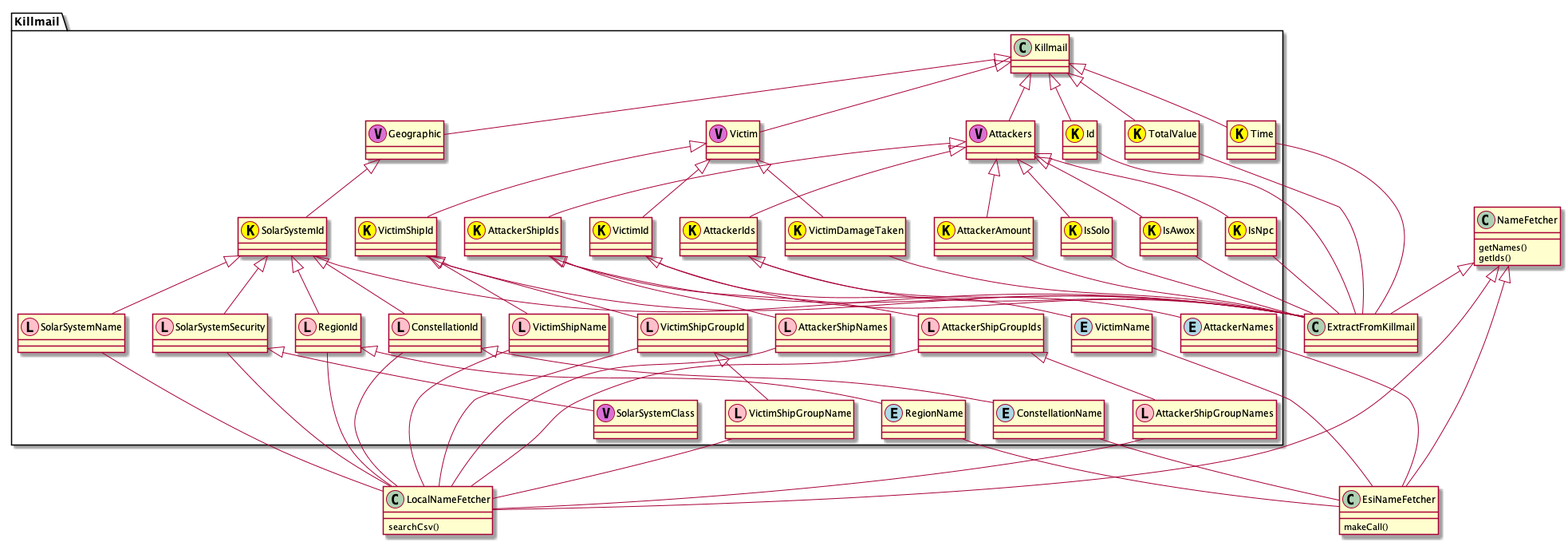
This is ressources/ObjectUML.png from leonahess/zFlux, a PlantUML export, as it was before one commit.
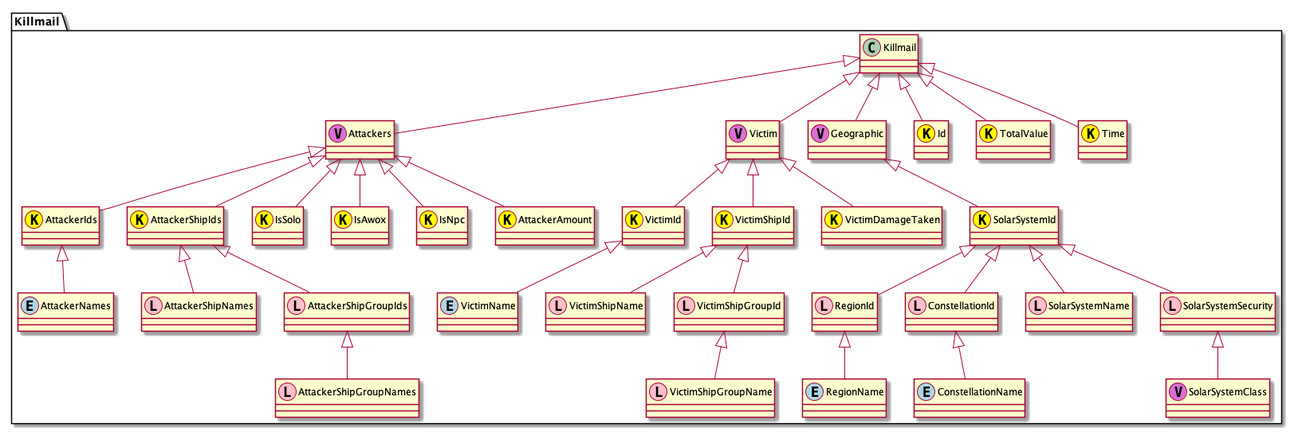
The same diagram one commit later.

What changed in the source:
```diff
@@ -1,22 +1,4 @@
 @startuml
-
-class NameFetcher{
-    getNames()
-    getIds()
-}
-class EsiNameFetcher{
-    makeCall()
-}
-class LocalNameFetcher{
-    searchCsv()
-}
-
-class ExtractFromKillmail
-
-NameFetcher <|-down- ExtractFromKillmail
-NameFetcher <|-down- EsiNameFetcher
-NameFetcher <|-down- LocalNameFetcher
-
 package Killmail <<Folder>>{
 class Killmail
 
@@ -102,36 +84,4 @@
 
 SolarSystemSecurity <|-down- SolarSystemClass
 
-
-Id -down- ExtractFromKillmail
-Time -down- ExtractFromKillmail
-TotalValue -down- ExtractFromKillmail
-IsNpc -down- ExtractFromKillmail
-IsSolo -down- ExtractFromKillmail
-IsAwox -down- ExtractFromKillmail
-AttackerAmount -down- ExtractFromKillmail
-VictimDamageTaken -down- ExtractFromKillmail
-
-VictimShipId -down- ExtractFromKillmail
-VictimId -down- ExtractFromKillmail
-VictimName -down- EsiNameFetcher
-VictimShipGroupId -down- LocalNameFetcher
-VictimShipGroupName -down- LocalNameFetcher
-VictimShipName -down- LocalNameFetcher
-
-AttackerShipIds -down- ExtractFromKillmail
-AttackerIds -down- ExtractFromKillmail
-AttackerNames -down- EsiNameFetcher
-AttackerShipGroupIds -down- LocalNameFetcher
-AttackerShipGroupNames -down- LocalNameFetcher
-AttackerShipNames -down- LocalNameFetcher
-
-SolarSystemId -down- ExtractFromKillmail
-SolarSystemName -down- LocalNameFetcher
-SolarSystemSecurity -down- LocalNameFetcher
-RegionId -down- LocalNameFetcher
-RegionName -down- EsiNameFetcher
-ConstellationName -down- EsiNameFetcher
-ConstellationId -down LocalNameFetcher
-
 @enduml
```
